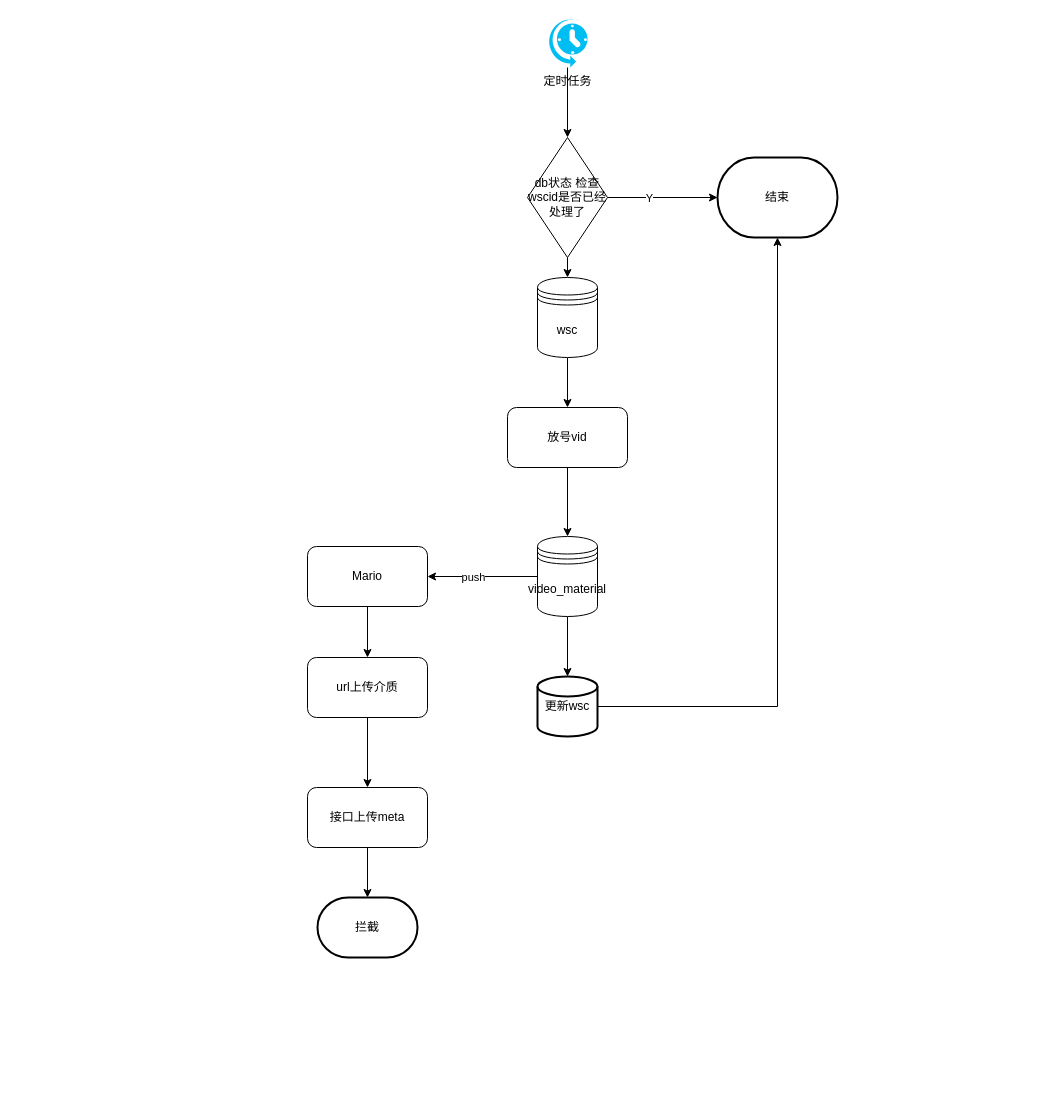
Above: WSC迁移.drawio in lixiangdaqian/diagrams (draw.io), before the change. Source tidied: cells renumbered, new cells numbered last; positions are measured from the earlier drawing's top-left corner, leaving out a move shared by most shapes. Both pictures are drawn from the tidied source at 100%, with x=0, y=0 at pixel (307, 17).
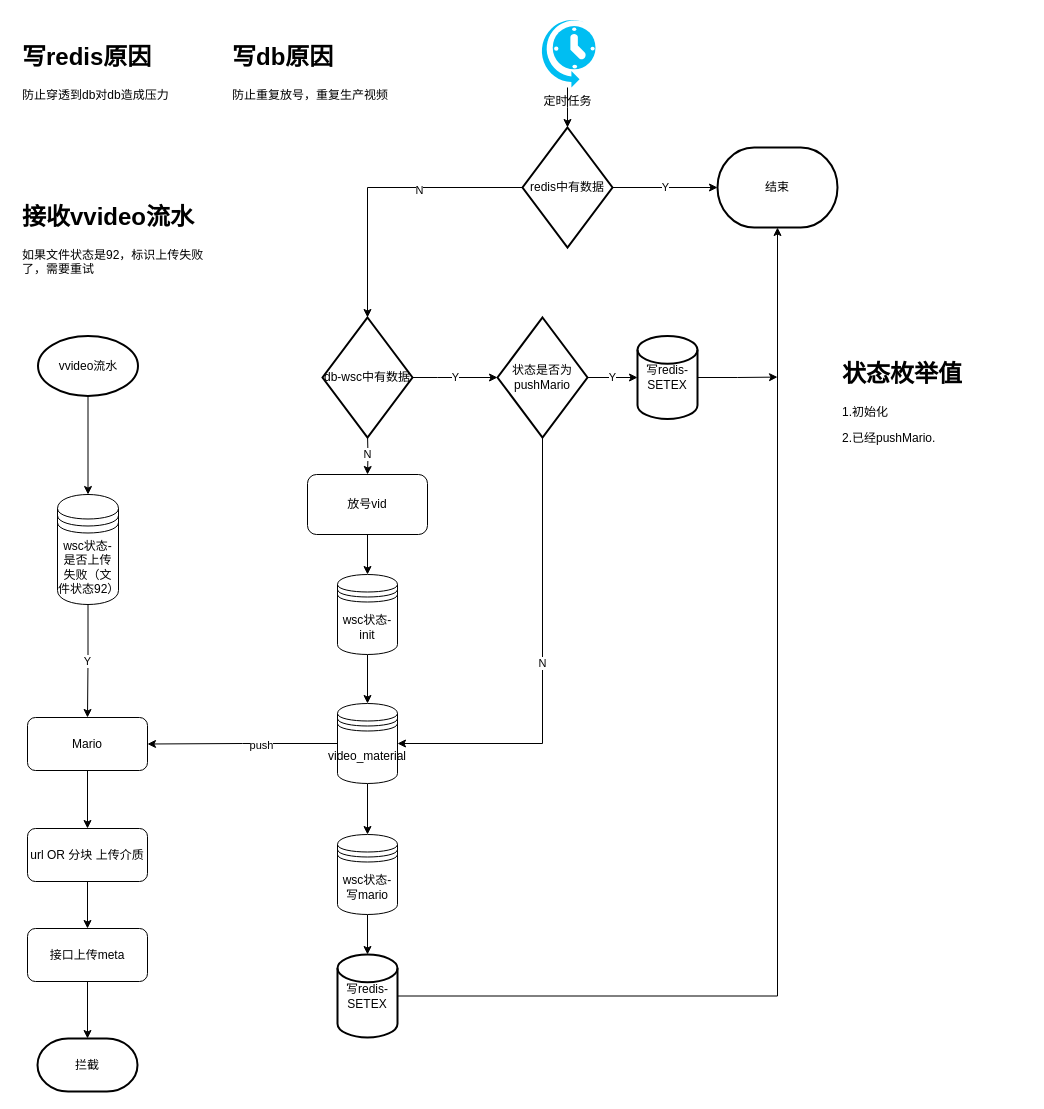
The same page after the edit.

Unchanged cells that the change refers to:
```xml
<mxCell id="12" style="edgeStyle=orthogonalEdgeStyle;rounded=0;jettySize=auto;html=1;exitX=0;exitY=0.5;exitDx=0;exitDy=0;entryX=1;entryY=0.5;entryDx=0;entryDy=0;" parent="1" edge="1" source="15" target="17">
  <mxGeometry relative="1" as="geometry" />
</mxCell>
```

The edit, as a diff of the source:
```diff
@@
-    <mxCell id="2" style="edgeStyle=orthogonalEdgeStyle;rounded=0;jettySize=auto;html=1;entryX=0.5;entryY=0;entryDx=0;entryDy=0;" parent="1" edge="1" source="3" target="8">
-      <mxGeometry relative="1" as="geometry" />
+    <mxCell id="2" style="edgeStyle=orthogonalEdgeStyle;rounded=0;jettySize=auto;html=1;entryX=0.5;entryY=0;entryDx=0;entryDy=0;" parent="1" edge="1" source="3">
+      <mxGeometry relative="1" as="geometry">
+        <mxPoint x="260" y="110" as="targetPoint" />
+      </mxGeometry>
     </mxCell>
     <mxCell id="3" value="定时任务" style="verticalLabelPosition=bottom;html=1;verticalAlign=top;align=center;strokeColor=none;fillColor=#00BEF2;shape=mxgraph.azure.scheduler;" parent="1" vertex="1">
-      <mxGeometry x="240" width="40" height="50" as="geometry" />
+      <mxGeometry x="232" width="56" height="70" as="geometry" />
     </mxCell>
-    <mxCell id="4" style="edgeStyle=orthogonalEdgeStyle;rounded=0;jettySize=auto;html=1;exitX=1;exitY=0.5;exitDx=0;exitDy=0;entryX=0;entryY=0.5;entryDx=0;entryDy=0;" parent="1" edge="1" source="8" target="9">
-      <mxGeometry relative="1" as="geometry" />
-    </mxCell>
-    <mxCell id="5" value="Y" style="edgeLabel;html=1;align=center;verticalAlign=middle;" parent="4" vertex="1">
-      <mxGeometry x="-0.26" y="-1" relative="1" as="geometry">
-        <mxPoint y="-1" as="offset" />
-      </mxGeometry>
-    </mxCell>
-    <mxCell id="6" style="edgeStyle=orthogonalEdgeStyle;rounded=0;jettySize=auto;html=1;exitX=0.5;exitY=1;exitDx=0;exitDy=0;entryX=0.5;entryY=0;entryDx=0;entryDy=0;startArrow=none;" parent="1" edge="1" source="20" target="11">
-      <mxGeometry relative="1" as="geometry" />
-    </mxCell>
-    <mxCell id="7" style="edgeStyle=orthogonalEdgeStyle;rounded=0;jettySize=auto;html=1;exitX=0.5;exitY=1;exitDx=0;exitDy=0;entryX=0.5;entryY=0;entryDx=0;entryDy=0;" parent="1" edge="1" source="8" target="20">
-      <mxGeometry relative="1" as="geometry" />
-    </mxCell>
-    <mxCell id="8" value="db状态 检查wscid是否已经处理了" style="rhombus;whiteSpace=wrap;html=1;" parent="1" vertex="1">
-      <mxGeometry x="220" y="120" width="80" height="120" as="geometry" />
-    </mxCell>
+    <mxCell id="26" value="N" style="edgeStyle=orthogonalEdgeStyle;rounded=0;jettySize=auto;html=1;exitX=0.5;exitY=1;exitDx=0;exitDy=0;entryX=0.5;entryY=0;entryDx=0;entryDy=0;" parent="1" edge="1" target="11">
+      <mxGeometry relative="1" as="geometry">
+        <mxPoint x="60" y="417" as="sourcePoint" />
+      </mxGeometry>
+    </mxCell>
     <mxCell id="9" value="结束" style="strokeWidth=2;html=1;shape=mxgraph.flowchart.terminator;whiteSpace=wrap;fontFamily=Helvetica;fontSize=12;fontColor=default;align=center;strokeColor=default;fillColor=default;" parent="1" vertex="1">
-      <mxGeometry x="410" y="140" width="120" height="80" as="geometry" />
+      <mxGeometry x="410" y="130" width="120" height="80" as="geometry" />
     </mxCell>
-    <mxCell id="10" style="edgeStyle=orthogonalEdgeStyle;rounded=0;jettySize=auto;html=1;exitX=0.5;exitY=1;exitDx=0;exitDy=0;entryX=0.5;entryY=0;entryDx=0;entryDy=0;" parent="1" edge="1" source="11" target="15">
-      <mxGeometry relative="1" as="geometry" />
-    </mxCell>
+    <mxCell id="27" style="edgeStyle=orthogonalEdgeStyle;rounded=0;jettySize=auto;html=1;exitX=0.5;exitY=1;exitDx=0;exitDy=0;entryX=0.5;entryY=0;entryDx=0;entryDy=0;" parent="1" edge="1" source="11" target="20">
+      <mxGeometry relative="1" as="geometry" />
+    </mxCell>
     <mxCell id="11" value="放号vid" style="rounded=1;whiteSpace=wrap;html=1;" parent="1" vertex="1">
-      <mxGeometry x="200" y="390" width="120" height="60" as="geometry" />
+      <mxGeometry y="457" width="120" height="60" as="geometry" />
     </mxCell>
+    <mxCell id="14" style="edgeStyle=orthogonalEdgeStyle;rounded=0;jettySize=auto;html=1;exitX=0.5;exitY=1;exitDx=0;exitDy=0;entryX=0.5;entryY=0;entryDx=0;entryDy=0;entryPerimeter=0;startArrow=none;" parent="1" edge="1" source="30" target="19">
+      <mxGeometry relative="1" as="geometry" />
+    </mxCell>
+    <mxCell id="28" style="edgeStyle=orthogonalEdgeStyle;rounded=0;jettySize=auto;html=1;exitX=0.5;exitY=1;exitDx=0;exitDy=0;entryX=0.5;entryY=0;entryDx=0;entryDy=0;" parent="1" edge="1" source="15" target="30">
+      <mxGeometry relative="1" as="geometry" />
+    </mxCell>
@@
     <mxCell id="13" value="push" style="edgeLabel;html=1;align=center;verticalAlign=middle;" parent="12" vertex="1">
-      <mxGeometry x="0.18" relative="1" as="geometry" />
+      <mxGeometry x="-0.19" y="1" relative="1" as="geometry" />
     </mxCell>
-    <mxCell id="14" style="edgeStyle=orthogonalEdgeStyle;rounded=0;jettySize=auto;html=1;exitX=0.5;exitY=1;exitDx=0;exitDy=0;entryX=0.5;entryY=0;entryDx=0;entryDy=0;entryPerimeter=0;" parent="1" edge="1" source="15" target="19">
-      <mxGeometry relative="1" as="geometry" />
-    </mxCell>
     <mxCell id="15" value="video_material" style="shape=datastore;whiteSpace=wrap;html=1;fontFamily=Helvetica;fontSize=12;fontColor=default;align=center;strokeColor=default;fillColor=default;" parent="1" vertex="1">
-      <mxGeometry x="230" y="519" width="60" height="80" as="geometry" />
+      <mxGeometry x="30" y="686" width="60" height="80" as="geometry" />
     </mxCell>
@@
     <mxCell id="17" value="Mario" style="rounded=1;whiteSpace=wrap;html=1;" parent="1" vertex="1">
-      <mxGeometry y="529" width="120" height="60" as="geometry" />
+      <mxGeometry x="-280" y="700" width="120" height="53" as="geometry" />
     </mxCell>
@@
-    <mxCell id="19" value="更新wsc" style="strokeWidth=2;html=1;shape=mxgraph.flowchart.database;whiteSpace=wrap;" parent="1" vertex="1">
-      <mxGeometry x="230" y="659" width="60" height="60" as="geometry" />
+    <mxCell id="19" value="写redis-SETEX" style="strokeWidth=2;html=1;shape=mxgraph.flowchart.database;whiteSpace=wrap;" parent="1" vertex="1">
+      <mxGeometry x="30" y="937" width="60" height="83" as="geometry" />
     </mxCell>
+    <mxCell id="29" style="edgeStyle=orthogonalEdgeStyle;rounded=0;jettySize=auto;html=1;exitX=0.5;exitY=1;exitDx=0;exitDy=0;entryX=0.5;entryY=0;entryDx=0;entryDy=0;" parent="1" edge="1" source="20" target="15">
+      <mxGeometry relative="1" as="geometry" />
+    </mxCell>
-    <mxCell id="20" value="wsc" style="shape=datastore;whiteSpace=wrap;html=1;fontFamily=Helvetica;fontSize=12;fontColor=default;align=center;strokeColor=default;fillColor=default;" parent="1" vertex="1">
-      <mxGeometry x="230" y="260" width="60" height="80" as="geometry" />
+    <mxCell id="20" value="wsc状态-init" style="shape=datastore;whiteSpace=wrap;html=1;fontFamily=Helvetica;fontSize=12;fontColor=default;align=center;strokeColor=default;fillColor=default;" parent="1" vertex="1">
+      <mxGeometry x="30" y="557" width="60" height="80" as="geometry" />
     </mxCell>
@@
-    <mxCell id="22" value="url上传介质" style="rounded=1;whiteSpace=wrap;html=1;" parent="1" vertex="1">
-      <mxGeometry y="640" width="120" height="60" as="geometry" />
+    <mxCell id="22" value="url OR 分块 上传介质" style="rounded=1;whiteSpace=wrap;html=1;" parent="1" vertex="1">
+      <mxGeometry x="-280" y="811" width="120" height="53" as="geometry" />
     </mxCell>
@@
     <mxCell id="24" value="接口上传meta" style="rounded=1;whiteSpace=wrap;html=1;" parent="1" vertex="1">
-      <mxGeometry y="770" width="120" height="60" as="geometry" />
+      <mxGeometry x="-280" y="911" width="120" height="53" as="geometry" />
     </mxCell>
     <mxCell id="25" value="拦截" style="strokeWidth=2;html=1;shape=mxgraph.flowchart.terminator;whiteSpace=wrap;" parent="1" vertex="1">
-      <mxGeometry x="10" y="880" width="100" height="60" as="geometry" />
+      <mxGeometry x="-270" y="1021" width="100" height="53" as="geometry" />
     </mxCell>
+    <mxCell id="30" value="wsc状态-写mario" style="shape=datastore;whiteSpace=wrap;html=1;fontFamily=Helvetica;fontSize=12;fontColor=default;align=center;strokeColor=default;fillColor=default;" parent="1" vertex="1">
+      <mxGeometry x="30" y="817" width="60" height="80" as="geometry" />
+    </mxCell>
+    <mxCell id="31" style="edgeStyle=orthogonalEdgeStyle;rounded=0;jettySize=auto;html=1;exitX=0;exitY=0.5;exitDx=0;exitDy=0;exitPerimeter=0;entryX=0.5;entryY=0;entryDx=0;entryDy=0;entryPerimeter=0;" parent="1" edge="1" source="34" target="36">
+      <mxGeometry relative="1" as="geometry" />
+    </mxCell>
+    <mxCell id="32" value="N" style="edgeLabel;html=1;align=center;verticalAlign=middle;" parent="31" vertex="1">
+      <mxGeometry x="-0.27" y="2" relative="1" as="geometry" />
+    </mxCell>
+    <mxCell id="33" value="Y" style="edgeStyle=orthogonalEdgeStyle;rounded=0;jettySize=auto;html=1;exitX=1;exitY=0.5;exitDx=0;exitDy=0;exitPerimeter=0;entryX=0;entryY=0.5;entryDx=0;entryDy=0;entryPerimeter=0;" parent="1" edge="1" source="34" target="9">
+      <mxGeometry relative="1" as="geometry" />
+    </mxCell>
+    <mxCell id="34" value="redis中有数据" style="strokeWidth=2;html=1;shape=mxgraph.flowchart.decision;whiteSpace=wrap;" parent="1" vertex="1">
+      <mxGeometry x="215" y="110" width="90" height="120" as="geometry" />
+    </mxCell>
+    <mxCell id="35" value="Y" style="edgeStyle=orthogonalEdgeStyle;rounded=0;jettySize=auto;html=1;exitX=1;exitY=0.5;exitDx=0;exitDy=0;exitPerimeter=0;entryX=0;entryY=0.5;entryDx=0;entryDy=0;entryPerimeter=0;" parent="1" edge="1" source="36" target="40">
+      <mxGeometry relative="1" as="geometry">
+        <Array as="points">
+          <mxPoint x="130" y="360" />
+          <mxPoint x="130" y="360" />
+        </Array>
+      </mxGeometry>
+    </mxCell>
+    <mxCell id="36" value="db-wsc中有数据" style="strokeWidth=2;html=1;shape=mxgraph.flowchart.decision;whiteSpace=wrap;" parent="1" vertex="1">
+      <mxGeometry x="15" y="300" width="90" height="120" as="geometry" />
+    </mxCell>
+    <mxCell id="37" style="edgeStyle=orthogonalEdgeStyle;rounded=0;jettySize=auto;html=1;exitX=1;exitY=0.5;exitDx=0;exitDy=0;exitPerimeter=0;startArrow=none;" parent="1" edge="1" source="41">
+      <mxGeometry relative="1" as="geometry">
+        <mxPoint x="470" y="359.6" as="targetPoint" />
+      </mxGeometry>
+    </mxCell>
+    <mxCell id="38" value="Y" style="edgeStyle=orthogonalEdgeStyle;rounded=0;jettySize=auto;html=1;exitX=1;exitY=0.5;exitDx=0;exitDy=0;exitPerimeter=0;entryX=0;entryY=0.5;entryDx=0;entryDy=0;entryPerimeter=0;" parent="1" edge="1" source="40" target="41">
+      <mxGeometry relative="1" as="geometry" />
+    </mxCell>
+    <mxCell id="39" value="N" style="edgeStyle=orthogonalEdgeStyle;rounded=0;jettySize=auto;html=1;exitX=0.5;exitY=1;exitDx=0;exitDy=0;exitPerimeter=0;entryX=1;entryY=0.5;entryDx=0;entryDy=0;" parent="1" edge="1" source="40" target="15">
+      <mxGeometry relative="1" as="geometry" />
+    </mxCell>
+    <mxCell id="40" value="状态是否为pushMario" style="strokeWidth=2;html=1;shape=mxgraph.flowchart.decision;whiteSpace=wrap;" parent="1" vertex="1">
+      <mxGeometry x="190" y="300" width="90" height="120" as="geometry" />
+    </mxCell>
+    <mxCell id="41" value="写redis-SETEX" style="strokeWidth=2;html=1;shape=mxgraph.flowchart.database;whiteSpace=wrap;" parent="1" vertex="1">
+      <mxGeometry x="330" y="318.5" width="60" height="83" as="geometry" />
+    </mxCell>
+    <mxCell id="42" value="&lt;h1&gt;状态枚举值&lt;/h1&gt;&lt;p&gt;1.初始化&lt;/p&gt;&lt;p&gt;2.已经pushMario.&lt;/p&gt;" style="text;html=1;strokeColor=none;fillColor=none;spacing=5;spacingTop=-20;whiteSpace=wrap;overflow=hidden;rounded=0;" parent="1" vertex="1">
+      <mxGeometry x="530" y="337" width="190" height="120" as="geometry" />
+    </mxCell>
+    <mxCell id="43" value="&lt;h1&gt;写db原因&lt;/h1&gt;&lt;p&gt;防止重复放号，重复生产视频&lt;/p&gt;" style="text;html=1;strokeColor=none;fillColor=none;spacing=5;spacingTop=-20;whiteSpace=wrap;overflow=hidden;rounded=0;" parent="1" vertex="1">
+      <mxGeometry x="-80" y="20" width="190" height="120" as="geometry" />
+    </mxCell>
+    <mxCell id="44" value="&lt;h1&gt;写redis原因&lt;/h1&gt;&lt;p&gt;防止穿透到db对db造成压力&lt;/p&gt;" style="text;html=1;strokeColor=none;fillColor=none;spacing=5;spacingTop=-20;whiteSpace=wrap;overflow=hidden;rounded=0;" parent="1" vertex="1">
+      <mxGeometry x="-290" y="20" width="190" height="120" as="geometry" />
+    </mxCell>
+    <mxCell id="45" style="edgeStyle=orthogonalEdgeStyle;rounded=0;jettySize=auto;html=1;exitX=0.5;exitY=1;exitDx=0;exitDy=0;exitPerimeter=0;entryX=0.5;entryY=0;entryDx=0;entryDy=0;" parent="1" edge="1" source="46" target="48">
+      <mxGeometry relative="1" as="geometry" />
+    </mxCell>
+    <mxCell id="46" value="vvideo流水" style="strokeWidth=2;html=1;shape=mxgraph.flowchart.start_1;whiteSpace=wrap;" parent="1" vertex="1">
+      <mxGeometry x="-269.5" y="318.5" width="100" height="60" as="geometry" />
+    </mxCell>
+    <mxCell id="47" value="Y" style="edgeStyle=orthogonalEdgeStyle;rounded=0;jettySize=auto;html=1;entryX=0.5;entryY=0;entryDx=0;entryDy=0;" parent="1" edge="1" source="48" target="17">
+      <mxGeometry relative="1" as="geometry" />
+    </mxCell>
+    <mxCell id="48" value="wsc状态-是否上传失败（文件状态92）" style="shape=datastore;whiteSpace=wrap;html=1;fontFamily=Helvetica;fontSize=12;fontColor=default;align=center;strokeColor=default;fillColor=default;" parent="1" vertex="1">
+      <mxGeometry x="-250" y="477" width="61" height="110" as="geometry" />
+    </mxCell>
+    <mxCell id="49" value="&lt;h1&gt;接收vvideo流水&lt;/h1&gt;&lt;p&gt;如果文件状态是92，标识上传失败了，需要重试&lt;/p&gt;" style="text;html=1;strokeColor=none;fillColor=none;spacing=5;spacingTop=-20;whiteSpace=wrap;overflow=hidden;rounded=0;" parent="1" vertex="1">
+      <mxGeometry x="-290" y="180" width="190" height="120" as="geometry" />
+    </mxCell>
```
